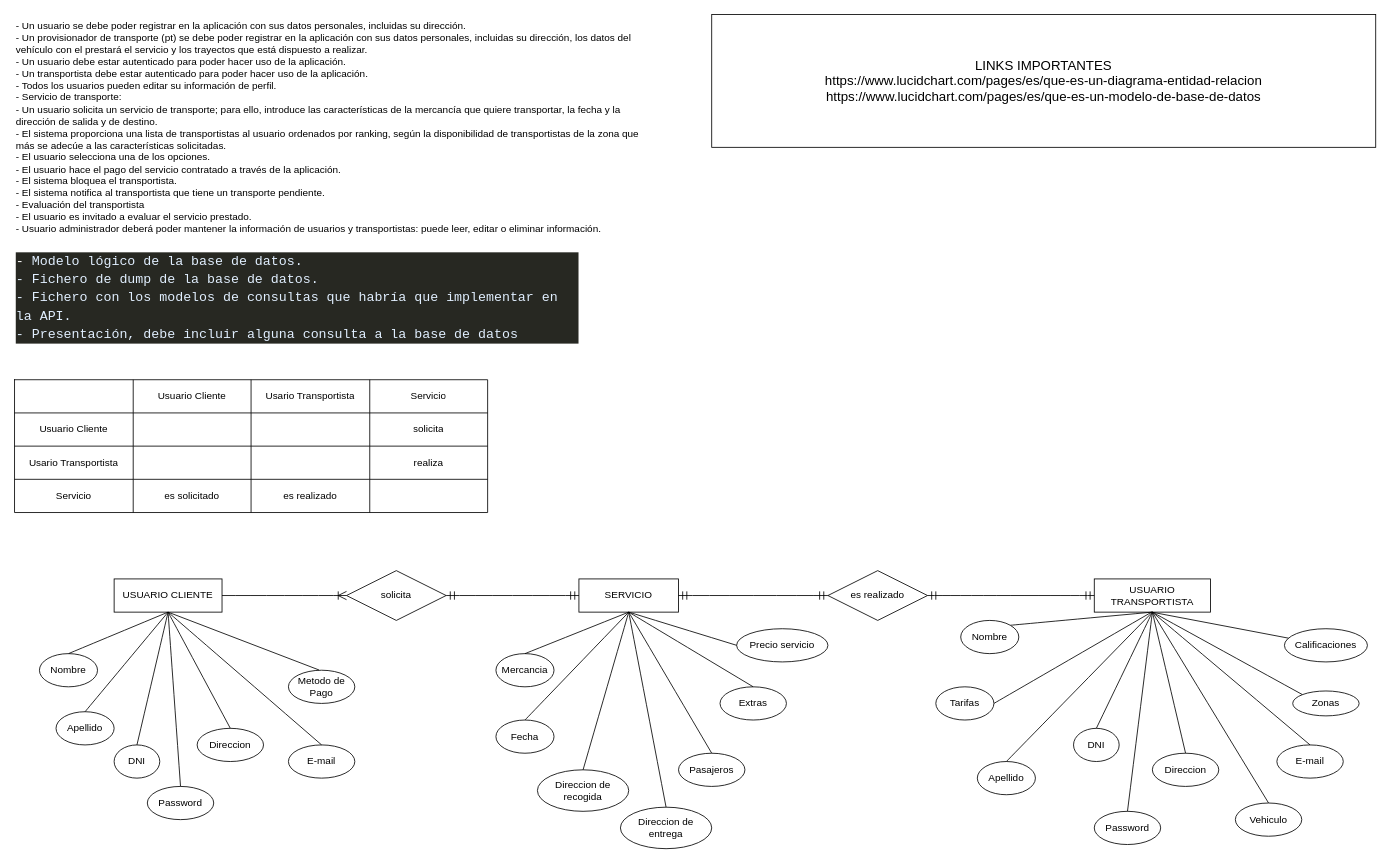
Factoria-F5-Git/mudapp-loquetucorazontediga keeps this draw.io diagram as Diagrama sin título.drawio. Above is the earlier version. Source tidied: cells renumbered, new cells numbered last; positions are measured from the earlier drawing's top-left corner, leaving out a move shared by most shapes. Both pictures are drawn from the tidied source at 83%, with x=0, y=0 at pixel (14, 14).
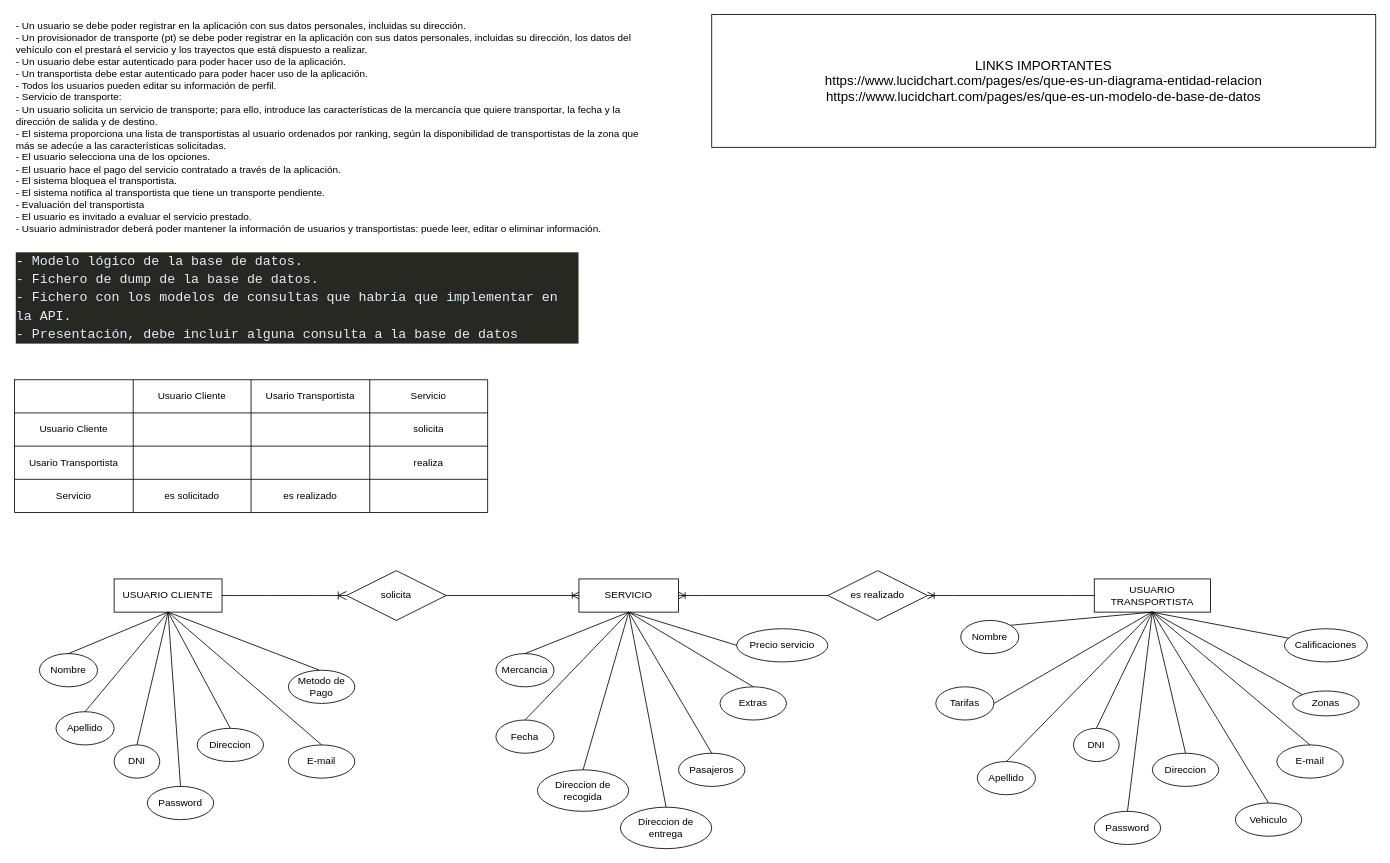
The same diagram, later.

Unchanged cells that the change refers to:
```xml
<mxCell id="26" value="USUARIO TRANSPORTISTA" style="whiteSpace=wrap;html=1;align=center;" parent="1" vertex="1">
  <mxGeometry x="1300.9" y="680" width="140" height="40" as="geometry" />
</mxCell>
<mxCell id="27" value="SERVICIO" style="whiteSpace=wrap;html=1;align=center;" parent="1" vertex="1">
  <mxGeometry x="680" y="680" width="120" height="40" as="geometry" />
</mxCell>
<mxCell id="28" value="solicita" style="shape=rhombus;perimeter=rhombusPerimeter;whiteSpace=wrap;html=1;align=center;" parent="1" vertex="1">
  <mxGeometry x="400" y="670" width="120" height="60" as="geometry" />
</mxCell>
<mxCell id="29" value="es realizado" style="shape=rhombus;perimeter=rhombusPerimeter;whiteSpace=wrap;html=1;align=center;" parent="1" vertex="1">
  <mxGeometry x="980" y="670" width="120" height="60" as="geometry" />
</mxCell>
```

The edit, as a diff of the source:
```diff
@@
-    <mxCell id="37" style="edgeStyle=entityRelationEdgeStyle;fontSize=12;html=1;endArrow=ERmandOne;startArrow=ERmandOne;rounded=0;startSize=8;endSize=8;curved=1;exitX=1;exitY=0.5;exitDx=0;exitDy=0;entryX=0;entryY=0.5;entryDx=0;entryDy=0;" parent="1" edge="1" source="28" target="27">
-      <mxGeometry relative="1" as="geometry" />
-    </mxCell>
-    <mxCell id="38" style="edgeStyle=entityRelationEdgeStyle;fontSize=12;html=1;endArrow=ERmandOne;startArrow=ERmandOne;rounded=0;startSize=8;endSize=8;curved=1;entryX=0;entryY=0.5;entryDx=0;entryDy=0;exitX=1;exitY=0.5;exitDx=0;exitDy=0;" parent="1" edge="1" source="29" target="26">
-      <mxGeometry relative="1" as="geometry" />
-    </mxCell>
-    <mxCell id="39" style="edgeStyle=entityRelationEdgeStyle;fontSize=12;html=1;endArrow=ERmandOne;startArrow=ERmandOne;rounded=0;startSize=8;endSize=8;curved=1;exitX=1;exitY=0.5;exitDx=0;exitDy=0;entryX=0;entryY=0.5;entryDx=0;entryDy=0;" parent="1" edge="1" source="27" target="29">
-      <mxGeometry relative="1" as="geometry" />
-    </mxCell>
@@
+    <mxCell id="37" style="edgeStyle=entityRelationEdgeStyle;fontSize=12;html=1;endArrow=ERoneToMany;rounded=0;exitX=1;exitY=0.5;exitDx=0;exitDy=0;entryX=0;entryY=0.5;entryDx=0;entryDy=0;" parent="1" edge="1" source="28" target="27">
+      <mxGeometry relative="1" as="geometry" />
+    </mxCell>
+    <mxCell id="83" style="edgeStyle=entityRelationEdgeStyle;fontSize=12;html=1;endArrow=ERoneToMany;rounded=0;exitX=0;exitY=0.5;exitDx=0;exitDy=0;entryX=1;entryY=0.5;entryDx=0;entryDy=0;" parent="1" edge="1" source="29" target="27">
+      <mxGeometry relative="1" as="geometry" />
+    </mxCell>
+    <mxCell id="84" style="edgeStyle=entityRelationEdgeStyle;fontSize=12;html=1;endArrow=ERoneToMany;rounded=0;entryX=1;entryY=0.5;entryDx=0;entryDy=0;exitX=0;exitY=0.5;exitDx=0;exitDy=0;" parent="1" edge="1" source="26" target="29">
+      <mxGeometry relative="1" as="geometry">
+        <Array as="points">
+          <mxPoint x="1296" y="670" />
+          <mxPoint x="1270" y="650" />
+          <mxPoint x="1280" y="680" />
+          <mxPoint x="1290" y="670" />
+        </Array>
+      </mxGeometry>
+    </mxCell>
```
